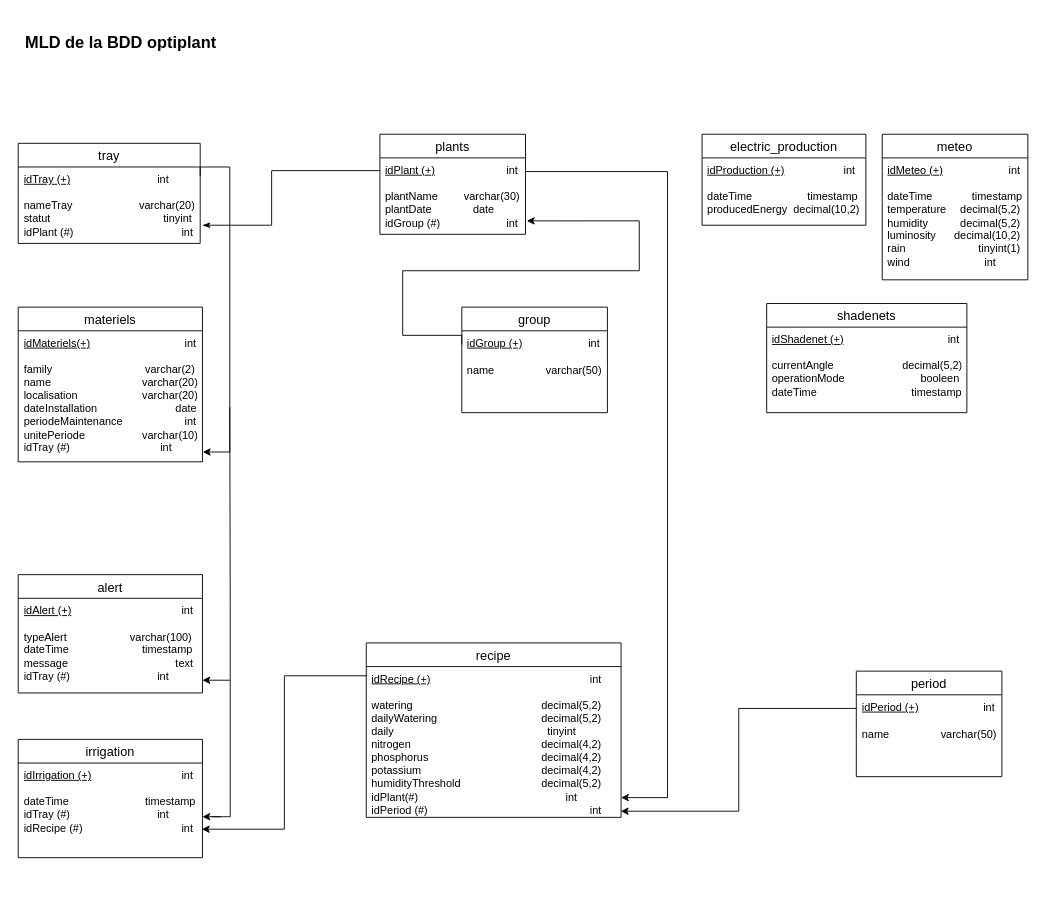
Earlier version of the draw.io diagram MLD.drawio (SAE601/BDD). Source tidied: cells renumbered, new cells numbered last; positions are measured from the earlier drawing's top-left corner, leaving out a move shared by most shapes. Both pictures are drawn from the tidied source at 91%, with x=0, y=0 at pixel (15, 15).
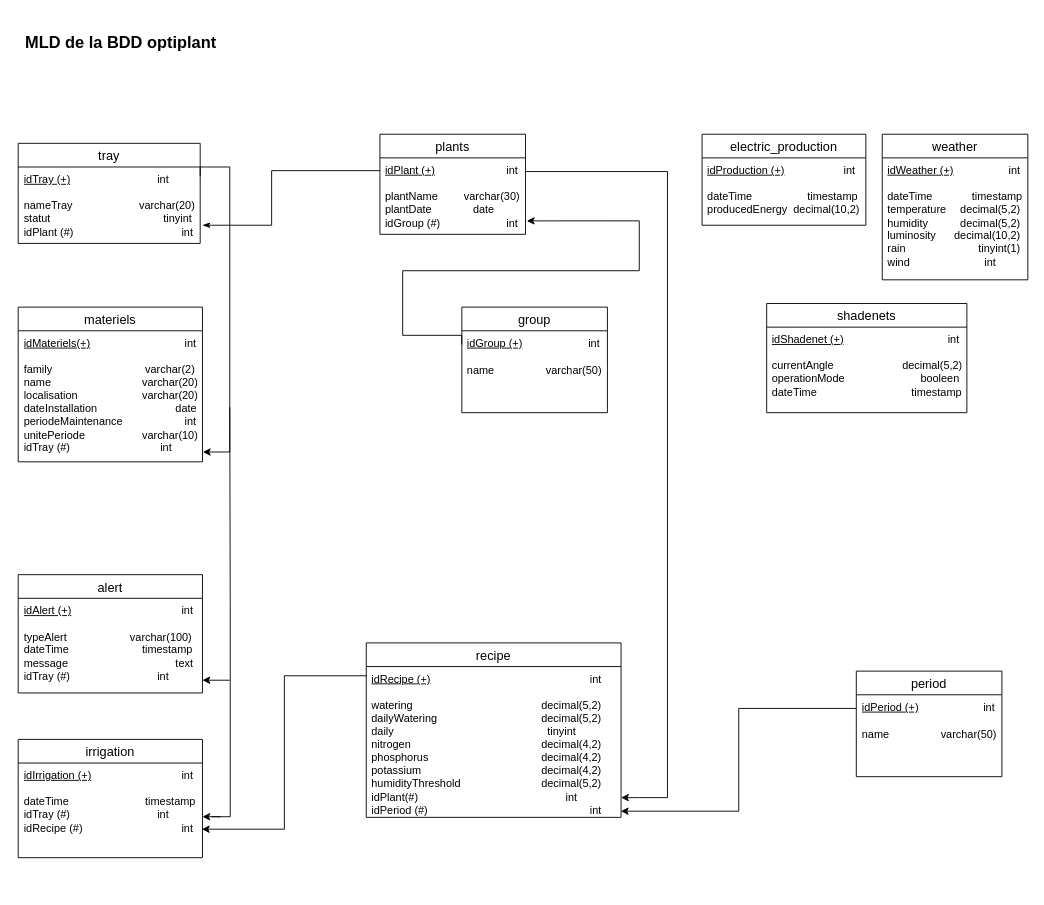
After the change.

What changed in the source:
```diff
@@
-    <mxCell id="22" value="meteo" style="swimlane;fontStyle=0;horizontal=1;startSize=26;align=center;fontSize=14;" parent="1" vertex="1">
+    <mxCell id="22" value="weather" style="swimlane;fontStyle=0;horizontal=1;startSize=26;align=center;fontSize=14;" parent="1" vertex="1">
       <mxGeometry x="952" y="130" width="160" height="160" as="geometry" />
     </mxCell>
-    <mxCell id="23" value="&lt;div&gt;&lt;u&gt;idMeteo (+)&lt;/u&gt;&lt;span style=&quot;white-space: pre;&quot;&gt;&#9;&lt;/span&gt;&lt;span style=&quot;white-space: pre;&quot;&gt;&#9;&lt;/span&gt;&lt;span style=&quot;white-space: pre;&quot;&gt;&#9;&lt;/span&gt;int&lt;/div&gt;&lt;div&gt;&lt;br&gt;&lt;/div&gt;&lt;div&gt;dateTime&amp;nbsp;&amp;nbsp;&amp;nbsp;&amp;nbsp;&amp;nbsp;&amp;nbsp; &lt;span style=&quot;white-space: pre;&quot;&gt;      timestamp&lt;/span&gt;&lt;/div&gt;&lt;div&gt;temperature&lt;span style=&quot;white-space: pre;&quot;&gt;&#9;&lt;/span&gt;decimal(5,2)&lt;/div&gt;&lt;div&gt;humidity&lt;span style=&quot;white-space: pre;&quot;&gt;&#9;&lt;/span&gt;&lt;span style=&quot;white-space: pre;&quot;&gt;&#9;&lt;/span&gt;decimal(5,2)&lt;br&gt;&lt;/div&gt;&lt;div&gt;luminosity&amp;nbsp;&amp;nbsp;&amp;nbsp;&amp;nbsp;&amp;nbsp; decimal(10,2)&lt;br&gt;rain&lt;span style=&quot;white-space: pre;&quot;&gt;&#9;&lt;/span&gt;&lt;span style=&quot;white-space: pre;&quot;&gt;&#9;&lt;/span&gt;&lt;span style=&quot;white-space: pre;&quot;&gt;&#9;&lt;/span&gt;&amp;nbsp;&amp;nbsp;&amp;nbsp;&amp;nbsp;&amp;nbsp; tinyint(1)&lt;br&gt;&lt;/div&gt;&lt;div&gt;wind&lt;span style=&quot;white-space: pre;&quot;&gt;&#9;&lt;/span&gt;&lt;span style=&quot;white-space: pre;&quot;&gt;&#9;&lt;/span&gt;&lt;span style=&quot;white-space: pre;&quot;&gt;&#9;&lt;/span&gt;&amp;nbsp;&amp;nbsp;&amp;nbsp;&amp;nbsp;&amp;nbsp;&amp;nbsp;&amp;nbsp; int&lt;br&gt;&lt;/div&gt;" style="text;strokeColor=none;fillColor=none;spacingLeft=4;spacingRight=4;overflow=hidden;fontSize=12;whiteSpace=wrap;html=1;" parent="22" vertex="1">
+    <mxCell id="23" value="&lt;div&gt;&lt;u&gt;idWeather (+)&lt;/u&gt;&lt;span style=&quot;white-space: pre;&quot;&gt;&#9;&lt;/span&gt;&lt;span style=&quot;white-space: pre;&quot;&gt;&#9;&lt;/span&gt;&lt;span style=&quot;white-space: pre;&quot;&gt;&#9;&lt;/span&gt;int&lt;/div&gt;&lt;div&gt;&lt;br&gt;&lt;/div&gt;&lt;div&gt;dateTime&amp;nbsp;&amp;nbsp;&amp;nbsp;&amp;nbsp;&amp;nbsp;&amp;nbsp; &lt;span style=&quot;white-space: pre;&quot;&gt;      timestamp&lt;/span&gt;&lt;/div&gt;&lt;div&gt;temperature&lt;span style=&quot;white-space: pre;&quot;&gt;&#9;&lt;/span&gt;decimal(5,2)&lt;/div&gt;&lt;div&gt;humidity&lt;span style=&quot;white-space: pre;&quot;&gt;&#9;&lt;/span&gt;&lt;span style=&quot;white-space: pre;&quot;&gt;&#9;&lt;/span&gt;decimal(5,2)&lt;br&gt;&lt;/div&gt;&lt;div&gt;luminosity&amp;nbsp;&amp;nbsp;&amp;nbsp;&amp;nbsp;&amp;nbsp; decimal(10,2)&lt;br&gt;rain&lt;span style=&quot;white-space: pre;&quot;&gt;&#9;&lt;/span&gt;&lt;span style=&quot;white-space: pre;&quot;&gt;&#9;&lt;/span&gt;&lt;span style=&quot;white-space: pre;&quot;&gt;&#9;&lt;/span&gt;&amp;nbsp;&amp;nbsp;&amp;nbsp;&amp;nbsp;&amp;nbsp; tinyint(1)&lt;br&gt;&lt;/div&gt;&lt;div&gt;wind&lt;span style=&quot;white-space: pre;&quot;&gt;&#9;&lt;/span&gt;&lt;span style=&quot;white-space: pre;&quot;&gt;&#9;&lt;/span&gt;&lt;span style=&quot;white-space: pre;&quot;&gt;&#9;&lt;/span&gt;&amp;nbsp;&amp;nbsp;&amp;nbsp;&amp;nbsp;&amp;nbsp;&amp;nbsp;&amp;nbsp; int&lt;br&gt;&lt;/div&gt;" style="text;strokeColor=none;fillColor=none;spacingLeft=4;spacingRight=4;overflow=hidden;fontSize=12;whiteSpace=wrap;html=1;" parent="22" vertex="1">
       <mxGeometry y="26" width="160" height="134" as="geometry" />
     </mxCell>
```
